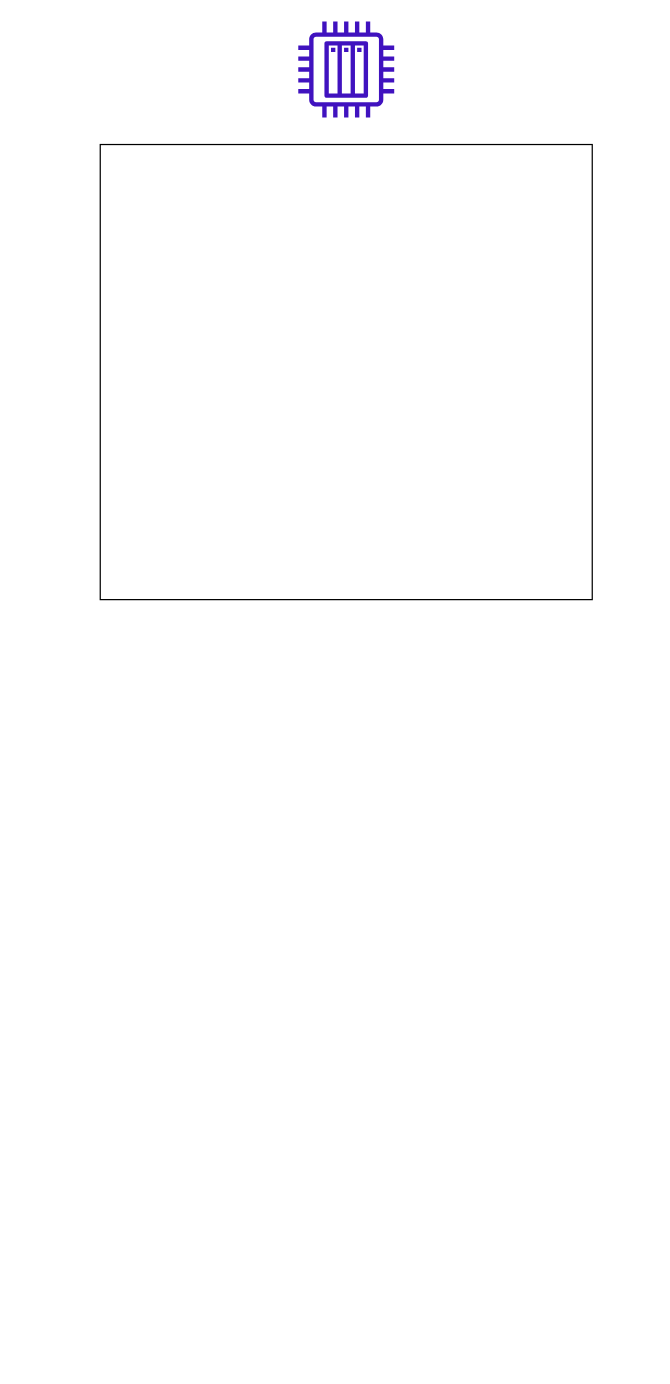
Before: PinesHardware.drawio in EnekoJL/AMS_GitHub, a draw.io diagram. Source tidied: cells renumbered, new cells numbered last; positions are measured from the earlier drawing's top-left corner, leaving out a move shared by most shapes. Both pictures are drawn from the tidied source at 123%, with x=0, y=0 at pixel (100, 21).
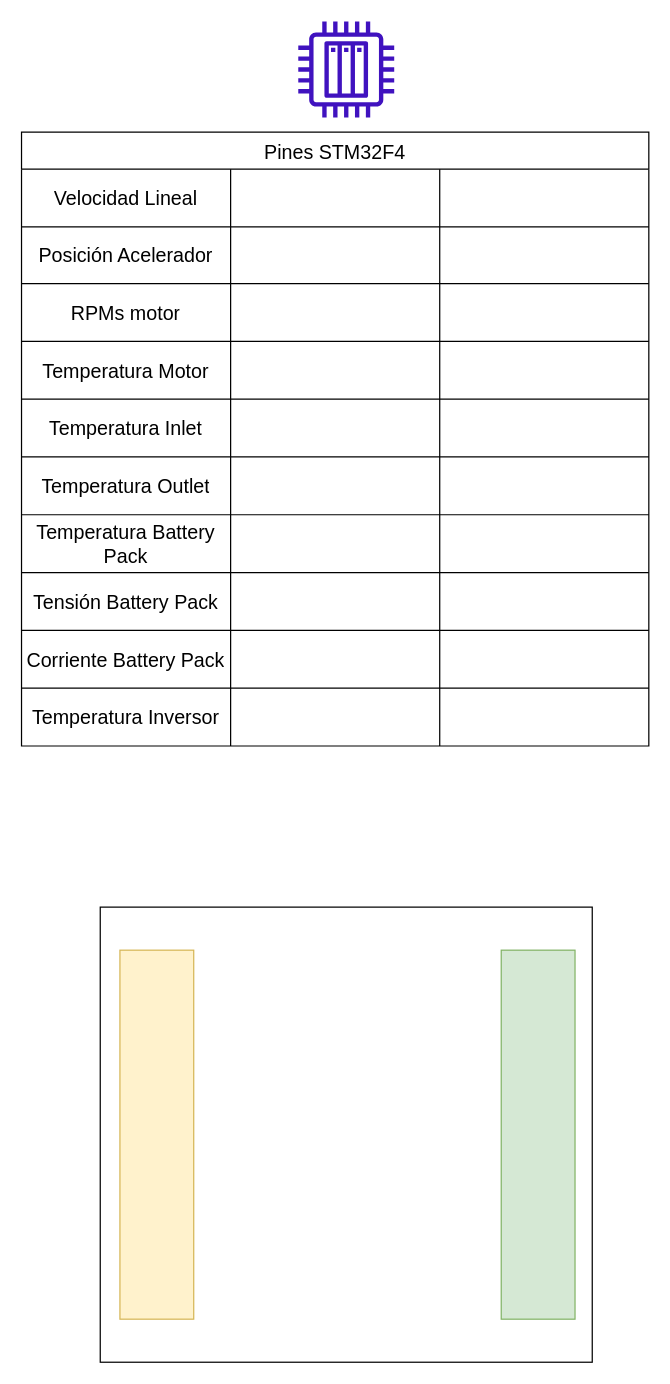
Above is the later version.

What changed in the source:
```diff
@@
+    <mxCell id="4" style="group;" parent="1" vertex="1">
+      <mxGeometry y="720" width="400" height="370" as="geometry" />
+    </mxCell>
-    <mxCell id="3" style="rounded=0;whiteSpace=wrap;html=1;" parent="1" vertex="1">
-      <mxGeometry y="100" width="400" height="370" as="geometry" />
+    <mxCell id="3" style="rounded=0;whiteSpace=wrap;html=1;" parent="4" vertex="1">
+      <mxGeometry width="400" height="370" as="geometry" />
     </mxCell>
+    <mxCell id="5" style="rounded=0;whiteSpace=wrap;html=1;fillColor=#fff2cc;strokeColor=#d6b656;" parent="4" vertex="1">
+      <mxGeometry x="16" y="35" width="60" height="300" as="geometry" />
+    </mxCell>
+    <mxCell id="6" style="rounded=0;whiteSpace=wrap;html=1;fillColor=#d5e8d4;strokeColor=#82b366;" parent="4" vertex="1">
+      <mxGeometry x="326" y="35" width="60" height="300" as="geometry" />
+    </mxCell>
+    <mxCell id="7" value="Pines STM32F4" style="shape=table;startSize=30;childLayout=tableLayout;strokeColor=default;fontSize=16;" parent="1" vertex="1">
+      <mxGeometry x="-64" y="90" width="510" height="499" as="geometry" />
+    </mxCell>
+    <mxCell id="8" style="shape=tableRow;horizontal=0;startSize=0;swimlaneHead=0;swimlaneBody=0;strokeColor=inherit;top=0;left=0;bottom=0;right=0;fillColor=none;fontSize=16;" parent="7" vertex="1">
+      <mxGeometry y="30" width="510" height="47" as="geometry" />
+    </mxCell>
+    <mxCell id="9" value="Velocidad Lineal" style="shape=partialRectangle;html=1;whiteSpace=wrap;strokeColor=inherit;overflow=hidden;fillColor=none;top=0;left=0;bottom=0;right=0;fontSize=16;" parent="8" vertex="1">
+      <mxGeometry width="170" height="47" as="geometry" />
+    </mxCell>
+    <mxCell id="10" style="shape=partialRectangle;html=1;whiteSpace=wrap;strokeColor=inherit;overflow=hidden;fillColor=none;top=0;left=0;bottom=0;right=0;fontSize=16;" parent="8" vertex="1">
+      <mxGeometry x="170" width="170" height="47" as="geometry" />
+    </mxCell>
+    <mxCell id="11" style="shape=partialRectangle;html=1;whiteSpace=wrap;strokeColor=inherit;overflow=hidden;fillColor=none;top=0;left=0;bottom=0;right=0;fontSize=16;" parent="8" vertex="1">
+      <mxGeometry x="340" width="170" height="47" as="geometry" />
+    </mxCell>
+    <mxCell id="12" style="shape=tableRow;horizontal=0;startSize=0;swimlaneHead=0;swimlaneBody=0;strokeColor=inherit;top=0;left=0;bottom=0;right=0;fillColor=none;fontSize=16;" parent="7" vertex="1">
+      <mxGeometry y="77" width="510" height="46" as="geometry" />
+    </mxCell>
+    <mxCell id="13" value="Posición Acelerador" style="shape=partialRectangle;html=1;whiteSpace=wrap;strokeColor=inherit;overflow=hidden;fillColor=none;top=0;left=0;bottom=0;right=0;fontSize=16;" parent="12" vertex="1">
+      <mxGeometry width="170" height="46" as="geometry" />
+    </mxCell>
+    <mxCell id="14" style="shape=partialRectangle;html=1;whiteSpace=wrap;strokeColor=inherit;overflow=hidden;fillColor=none;top=0;left=0;bottom=0;right=0;fontSize=16;" parent="12" vertex="1">
+      <mxGeometry x="170" width="170" height="46" as="geometry" />
+    </mxCell>
+    <mxCell id="15" style="shape=partialRectangle;html=1;whiteSpace=wrap;strokeColor=inherit;overflow=hidden;fillColor=none;top=0;left=0;bottom=0;right=0;fontSize=16;" parent="12" vertex="1">
+      <mxGeometry x="340" width="170" height="46" as="geometry" />
+    </mxCell>
+    <mxCell id="16" style="shape=tableRow;horizontal=0;startSize=0;swimlaneHead=0;swimlaneBody=0;strokeColor=inherit;top=0;left=0;bottom=0;right=0;fillColor=none;fontSize=16;" parent="7" vertex="1">
+      <mxGeometry y="123" width="510" height="47" as="geometry" />
+    </mxCell>
+    <mxCell id="17" value="RPMs motor" style="shape=partialRectangle;html=1;whiteSpace=wrap;strokeColor=inherit;overflow=hidden;fillColor=none;top=0;left=0;bottom=0;right=0;fontSize=16;" parent="16" vertex="1">
+      <mxGeometry width="170" height="47" as="geometry" />
+    </mxCell>
+    <mxCell id="18" style="shape=partialRectangle;html=1;whiteSpace=wrap;strokeColor=inherit;overflow=hidden;fillColor=none;top=0;left=0;bottom=0;right=0;fontSize=16;" parent="16" vertex="1">
+      <mxGeometry x="170" width="170" height="47" as="geometry" />
+    </mxCell>
+    <mxCell id="19" style="shape=partialRectangle;html=1;whiteSpace=wrap;strokeColor=inherit;overflow=hidden;fillColor=none;top=0;left=0;bottom=0;right=0;fontSize=16;" parent="16" vertex="1">
+      <mxGeometry x="340" width="170" height="47" as="geometry" />
+    </mxCell>
+    <mxCell id="20" style="shape=tableRow;horizontal=0;startSize=0;swimlaneHead=0;swimlaneBody=0;strokeColor=inherit;top=0;left=0;bottom=0;right=0;fillColor=none;fontSize=16;" parent="7" vertex="1">
+      <mxGeometry y="170" width="510" height="47" as="geometry" />
+    </mxCell>
+    <mxCell id="21" value="Temperatura Motor" style="shape=partialRectangle;html=1;whiteSpace=wrap;strokeColor=inherit;overflow=hidden;fillColor=none;top=0;left=0;bottom=0;right=0;fontSize=16;" parent="20" vertex="1">
+      <mxGeometry width="170" height="47" as="geometry" />
+    </mxCell>
+    <mxCell id="22" style="shape=partialRectangle;html=1;whiteSpace=wrap;strokeColor=inherit;overflow=hidden;fillColor=none;top=0;left=0;bottom=0;right=0;fontSize=16;" parent="20" vertex="1">
+      <mxGeometry x="170" width="170" height="47" as="geometry" />
+    </mxCell>
+    <mxCell id="23" style="shape=partialRectangle;html=1;whiteSpace=wrap;strokeColor=inherit;overflow=hidden;fillColor=none;top=0;left=0;bottom=0;right=0;fontSize=16;" parent="20" vertex="1">
+      <mxGeometry x="340" width="170" height="47" as="geometry" />
+    </mxCell>
+    <mxCell id="24" style="shape=tableRow;horizontal=0;startSize=0;swimlaneHead=0;swimlaneBody=0;strokeColor=inherit;top=0;left=0;bottom=0;right=0;fillColor=none;fontSize=16;" parent="7" vertex="1">
+      <mxGeometry y="217" width="510" height="47" as="geometry" />
+    </mxCell>
+    <mxCell id="25" value="Temperatura Inlet" style="shape=partialRectangle;html=1;whiteSpace=wrap;strokeColor=inherit;overflow=hidden;fillColor=none;top=0;left=0;bottom=0;right=0;fontSize=16;" parent="24" vertex="1">
+      <mxGeometry width="170" height="47" as="geometry" />
+    </mxCell>
+    <mxCell id="26" style="shape=partialRectangle;html=1;whiteSpace=wrap;strokeColor=inherit;overflow=hidden;fillColor=none;top=0;left=0;bottom=0;right=0;fontSize=16;" parent="24" vertex="1">
+      <mxGeometry x="170" width="170" height="47" as="geometry" />
+    </mxCell>
+    <mxCell id="27" style="shape=partialRectangle;html=1;whiteSpace=wrap;strokeColor=inherit;overflow=hidden;fillColor=none;top=0;left=0;bottom=0;right=0;fontSize=16;" parent="24" vertex="1">
+      <mxGeometry x="340" width="170" height="47" as="geometry" />
+    </mxCell>
+    <mxCell id="28" style="shape=tableRow;horizontal=0;startSize=0;swimlaneHead=0;swimlaneBody=0;strokeColor=inherit;top=0;left=0;bottom=0;right=0;fillColor=none;fontSize=16;" parent="7" vertex="1">
+      <mxGeometry y="264" width="510" height="47" as="geometry" />
+    </mxCell>
+    <mxCell id="29" value="Temperatura Outlet" style="shape=partialRectangle;html=1;whiteSpace=wrap;strokeColor=inherit;overflow=hidden;fillColor=none;top=0;left=0;bottom=0;right=0;fontSize=16;" parent="28" vertex="1">
+      <mxGeometry width="170" height="47" as="geometry" />
+    </mxCell>
+    <mxCell id="30" style="shape=partialRectangle;html=1;whiteSpace=wrap;strokeColor=inherit;overflow=hidden;fillColor=none;top=0;left=0;bottom=0;right=0;fontSize=16;" parent="28" vertex="1">
+      <mxGeometry x="170" width="170" height="47" as="geometry" />
+    </mxCell>
+    <mxCell id="31" style="shape=partialRectangle;html=1;whiteSpace=wrap;strokeColor=inherit;overflow=hidden;fillColor=none;top=0;left=0;bottom=0;right=0;fontSize=16;" parent="28" vertex="1">
+      <mxGeometry x="340" width="170" height="47" as="geometry" />
+    </mxCell>
+    <mxCell id="32" style="shape=tableRow;horizontal=0;startSize=0;swimlaneHead=0;swimlaneBody=0;strokeColor=inherit;top=0;left=0;bottom=0;right=0;fillColor=none;fontSize=16;" parent="7" vertex="1">
+      <mxGeometry y="311" width="510" height="47" as="geometry" />
+    </mxCell>
+    <mxCell id="33" value="Temperatura Battery Pack" style="shape=partialRectangle;html=1;whiteSpace=wrap;strokeColor=inherit;overflow=hidden;fillColor=none;top=0;left=0;bottom=0;right=0;fontSize=16;" parent="32" vertex="1">
+      <mxGeometry width="170" height="47" as="geometry" />
+    </mxCell>
+    <mxCell id="34" style="shape=partialRectangle;html=1;whiteSpace=wrap;strokeColor=inherit;overflow=hidden;fillColor=none;top=0;left=0;bottom=0;right=0;fontSize=16;" parent="32" vertex="1">
+      <mxGeometry x="170" width="170" height="47" as="geometry" />
+    </mxCell>
+    <mxCell id="35" style="shape=partialRectangle;html=1;whiteSpace=wrap;strokeColor=inherit;overflow=hidden;fillColor=none;top=0;left=0;bottom=0;right=0;fontSize=16;" parent="32" vertex="1">
+      <mxGeometry x="340" width="170" height="47" as="geometry" />
+    </mxCell>
+    <mxCell id="36" style="shape=tableRow;horizontal=0;startSize=0;swimlaneHead=0;swimlaneBody=0;strokeColor=inherit;top=0;left=0;bottom=0;right=0;fillColor=none;fontSize=16;" parent="7" vertex="1">
+      <mxGeometry y="358" width="510" height="47" as="geometry" />
+    </mxCell>
+    <mxCell id="37" value="Tensión Battery Pack" style="shape=partialRectangle;html=1;whiteSpace=wrap;strokeColor=inherit;overflow=hidden;fillColor=none;top=0;left=0;bottom=0;right=0;fontSize=16;" parent="36" vertex="1">
+      <mxGeometry width="170" height="47" as="geometry" />
+    </mxCell>
+    <mxCell id="38" style="shape=partialRectangle;html=1;whiteSpace=wrap;strokeColor=inherit;overflow=hidden;fillColor=none;top=0;left=0;bottom=0;right=0;fontSize=16;" parent="36" vertex="1">
+      <mxGeometry x="170" width="170" height="47" as="geometry" />
+    </mxCell>
+    <mxCell id="39" style="shape=partialRectangle;html=1;whiteSpace=wrap;strokeColor=inherit;overflow=hidden;fillColor=none;top=0;left=0;bottom=0;right=0;fontSize=16;" parent="36" vertex="1">
+      <mxGeometry x="340" width="170" height="47" as="geometry" />
+    </mxCell>
+    <mxCell id="40" style="shape=tableRow;horizontal=0;startSize=0;swimlaneHead=0;swimlaneBody=0;strokeColor=inherit;top=0;left=0;bottom=0;right=0;fillColor=none;fontSize=16;" parent="7" vertex="1">
+      <mxGeometry y="405" width="510" height="47" as="geometry" />
+    </mxCell>
+    <mxCell id="41" value="Corriente Battery Pack" style="shape=partialRectangle;html=1;whiteSpace=wrap;strokeColor=inherit;overflow=hidden;fillColor=none;top=0;left=0;bottom=0;right=0;fontSize=16;" parent="40" vertex="1">
+      <mxGeometry width="170" height="47" as="geometry" />
+    </mxCell>
+    <mxCell id="42" style="shape=partialRectangle;html=1;whiteSpace=wrap;strokeColor=inherit;overflow=hidden;fillColor=none;top=0;left=0;bottom=0;right=0;fontSize=16;" parent="40" vertex="1">
+      <mxGeometry x="170" width="170" height="47" as="geometry" />
+    </mxCell>
+    <mxCell id="43" style="shape=partialRectangle;html=1;whiteSpace=wrap;strokeColor=inherit;overflow=hidden;fillColor=none;top=0;left=0;bottom=0;right=0;fontSize=16;" parent="40" vertex="1">
+      <mxGeometry x="340" width="170" height="47" as="geometry" />
+    </mxCell>
+    <mxCell id="44" style="shape=tableRow;horizontal=0;startSize=0;swimlaneHead=0;swimlaneBody=0;strokeColor=inherit;top=0;left=0;bottom=0;right=0;fillColor=none;fontSize=16;" parent="7" vertex="1">
+      <mxGeometry y="452" width="510" height="47" as="geometry" />
+    </mxCell>
+    <mxCell id="45" value="Temperatura Inversor" style="shape=partialRectangle;html=1;whiteSpace=wrap;strokeColor=inherit;overflow=hidden;fillColor=none;top=0;left=0;bottom=0;right=0;fontSize=16;" parent="44" vertex="1">
+      <mxGeometry width="170" height="47" as="geometry" />
+    </mxCell>
+    <mxCell id="46" style="shape=partialRectangle;html=1;whiteSpace=wrap;strokeColor=inherit;overflow=hidden;fillColor=none;top=0;left=0;bottom=0;right=0;fontSize=16;" parent="44" vertex="1">
+      <mxGeometry x="170" width="170" height="47" as="geometry" />
+    </mxCell>
+    <mxCell id="47" style="shape=partialRectangle;html=1;whiteSpace=wrap;strokeColor=inherit;overflow=hidden;fillColor=none;top=0;left=0;bottom=0;right=0;fontSize=16;" parent="44" vertex="1">
+      <mxGeometry x="340" width="170" height="47" as="geometry" />
+    </mxCell>
```
